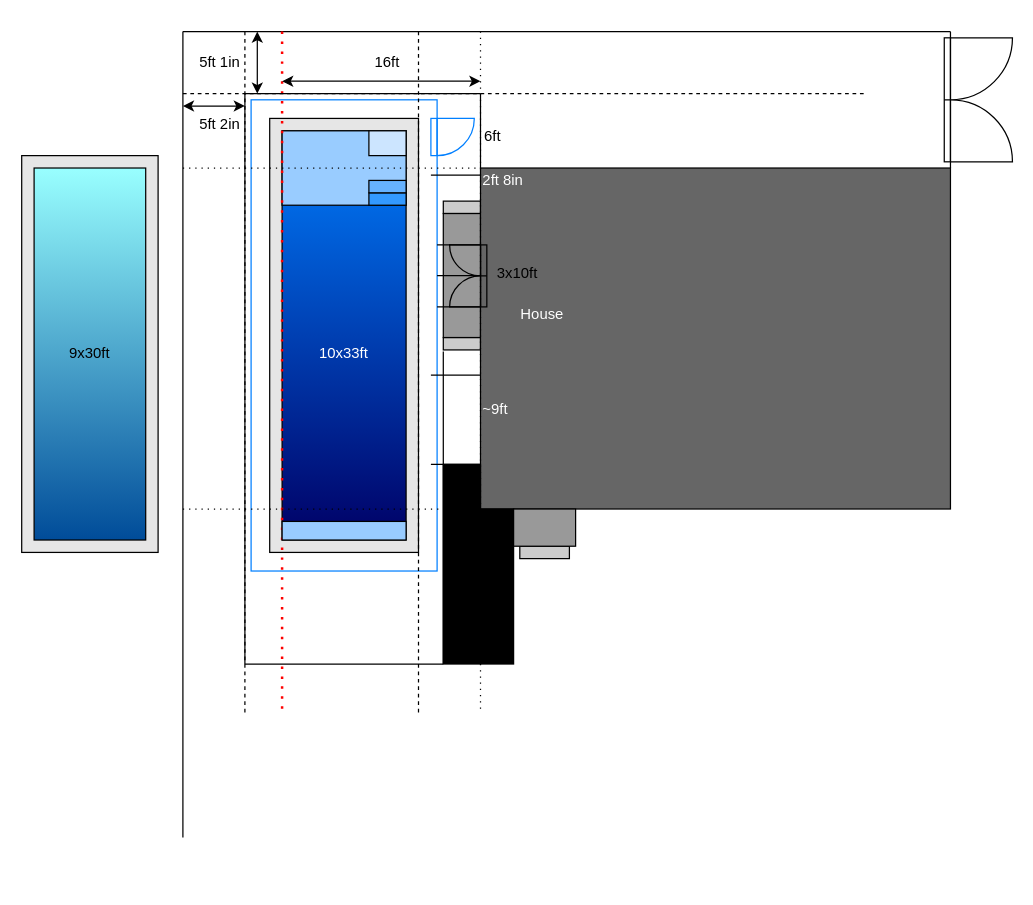
Above: PoolPlan.drawio in hikumealan/draw-io-diagrams (draw.io), before the change. Source tidied: cells renumbered, new cells numbered last; positions are measured from the earlier drawing's top-left corner, leaving out a move shared by most shapes. Both pictures are drawn from the tidied source at 124%, with x=0, y=0 at pixel (21, 31).
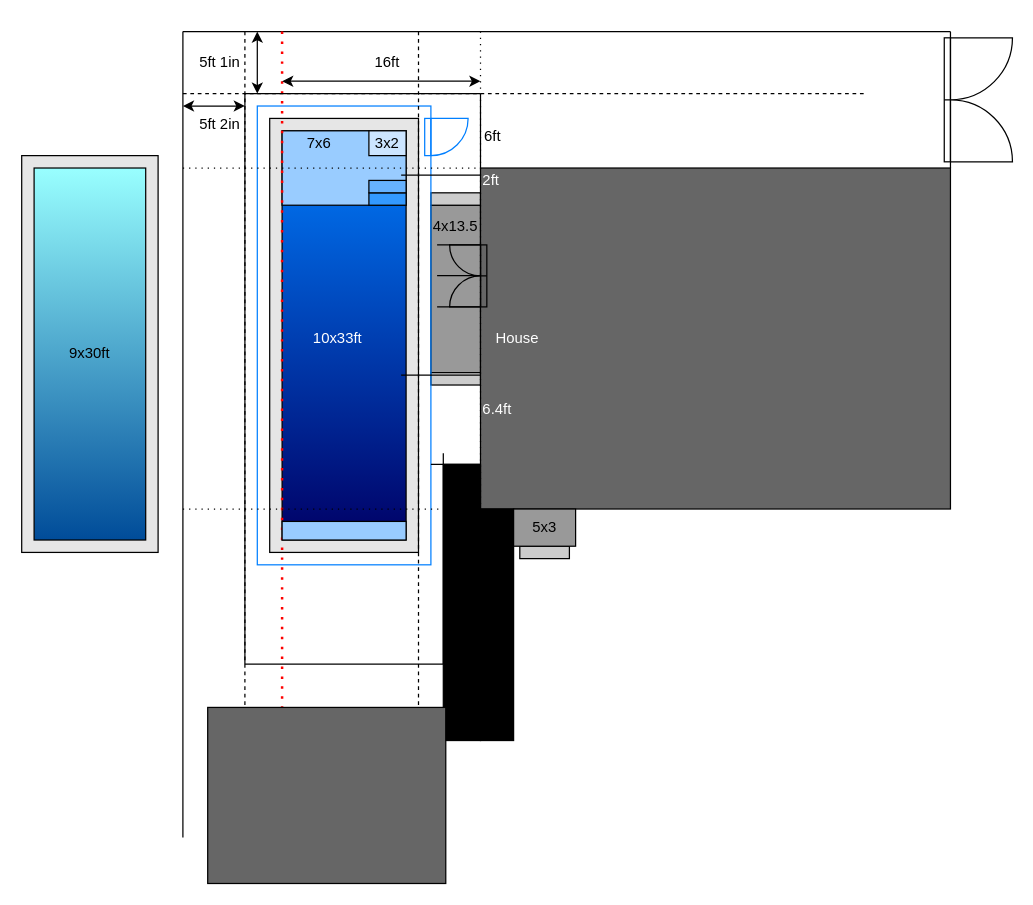
Above is the later version.

What changed in the source:
```diff
@@
+    <mxCell id="4" style="rounded=0;whiteSpace=wrap;html=1;fillColor=#999999;gradientColor=none;" parent="1" vertex="1">
+      <mxGeometry x="330" y="140" width="40" height="135" as="geometry" />
+    </mxCell>
     <mxCell id="2" style="rounded=0;whiteSpace=wrap;html=1;fillColor=#CCCCCC;gradientColor=none;" parent="1" vertex="1">
-      <mxGeometry x="340" y="246.7" width="30" height="10" as="geometry" />
+      <mxGeometry x="330" y="275" width="40" height="10" as="geometry" />
     </mxCell>
     <mxCell id="3" style="rounded=0;whiteSpace=wrap;html=1;fillColor=#CCCCCC;gradientColor=none;" parent="1" vertex="1">
-      <mxGeometry x="340" y="136.7" width="30" height="10" as="geometry" />
+      <mxGeometry x="330" y="130" width="40" height="10" as="geometry" />
     </mxCell>
-    <mxCell id="4" style="rounded=0;whiteSpace=wrap;html=1;fillColor=#999999;gradientColor=none;" parent="1" vertex="1">
-      <mxGeometry x="340" y="146.7" width="30" height="100" as="geometry" />
-    </mxCell>
     <mxCell id="5" style="rounded=0;whiteSpace=wrap;html=1;fontColor=#FFFFFF;fillColor=none;gradientColor=none;strokeColor=#007FFF;" parent="1" vertex="1">
-      <mxGeometry x="185" y="55" width="150" height="380" as="geometry" />
+      <mxGeometry x="190" y="60" width="140" height="370" as="geometry" />
     </mxCell>
@@
-    <mxCell id="22" value="2ft 8in" style="text;html=1;strokeColor=none;fillColor=none;align=left;verticalAlign=middle;whiteSpace=wrap;rounded=0;fontColor=#FFFFFF;" parent="1" vertex="1">
+    <mxCell id="22" value="2ft" style="text;html=1;strokeColor=none;fillColor=none;align=left;verticalAlign=middle;whiteSpace=wrap;rounded=0;fontColor=#FFFFFF;" parent="1" vertex="1">
       <mxGeometry x="370" y="105" width="60" height="30" as="geometry" />
     </mxCell>
@@
-    <mxCell id="24" value="3x10ft" style="text;html=1;strokeColor=none;fillColor=none;align=center;verticalAlign=middle;whiteSpace=wrap;rounded=0;" parent="1" vertex="1">
-      <mxGeometry x="370" y="180" width="60" height="30" as="geometry" />
+    <mxCell id="24" value="4x13.5" style="text;html=1;strokeColor=none;fillColor=none;align=center;verticalAlign=middle;whiteSpace=wrap;rounded=0;" parent="1" vertex="1">
+      <mxGeometry x="320" y="142" width="60" height="30" as="geometry" />
     </mxCell>
@@
-    <mxCell id="27" value="~9ft" style="text;html=1;strokeColor=none;fillColor=none;align=left;verticalAlign=middle;whiteSpace=wrap;rounded=0;fontColor=#FFFFFF;" parent="1" vertex="1">
+    <mxCell id="27" value="6.4ft" style="text;html=1;strokeColor=none;fillColor=none;align=left;verticalAlign=middle;whiteSpace=wrap;rounded=0;fontColor=#FFFFFF;" parent="1" vertex="1">
       <mxGeometry x="370" y="290" width="60" height="30" as="geometry" />
     </mxCell>
@@
     <mxCell id="29" style="endArrow=none;html=1;rounded=0;" parent="1" edge="1">
       <mxGeometry relative="1" as="geometry">
-        <mxPoint x="340" y="258" as="sourcePoint" />
+        <mxPoint x="340" y="340" as="sourcePoint" />
         <mxPoint x="340" y="510" as="targetPoint" />
       </mxGeometry>
     </mxCell>
@@
     <mxCell id="33" value="10x33ft" style="text;html=1;strokeColor=none;fillColor=none;align=center;verticalAlign=middle;whiteSpace=wrap;rounded=0;fontColor=#FFFFFF;" parent="1" vertex="1">
-      <mxGeometry x="230" y="245" width="60" height="30" as="geometry" />
+      <mxGeometry x="225" y="232.5" width="60" height="30" as="geometry" />
     </mxCell>
@@
     <mxCell id="37" style="verticalLabelPosition=bottom;html=1;verticalAlign=top;align=center;shape=mxgraph.floorplan.doorRight;fillColor=none;gradientColor=none;direction=north;strokeColor=#007FFF;" parent="1" vertex="1">
-      <mxGeometry x="330" y="70" width="31.9" height="30" as="geometry" />
+      <mxGeometry x="325" y="70" width="31.9" height="30" as="geometry" />
     </mxCell>
@@
     <mxCell id="39" value="House" style="text;html=1;strokeColor=none;fillColor=none;align=center;verticalAlign=middle;whiteSpace=wrap;rounded=0;fontColor=#FFFFFF;" parent="1" vertex="1">
-      <mxGeometry x="390" y="212.5" width="60" height="30" as="geometry" />
+      <mxGeometry x="370" y="232.5" width="60" height="30" as="geometry" />
     </mxCell>
@@
     <mxCell id="51" style="endArrow=none;html=1;rounded=0;fontColor=#FFFFFF;" parent="1" edge="1">
       <mxGeometry relative="1" as="geometry">
-        <mxPoint x="330" y="277" as="sourcePoint" />
+        <mxPoint x="306" y="277" as="sourcePoint" />
         <mxPoint x="370" y="277" as="targetPoint" />
       </mxGeometry>
     </mxCell>
     <mxCell id="52" style="endArrow=none;html=1;rounded=0;fontColor=#FFFFFF;" parent="1" edge="1">
       <mxGeometry relative="1" as="geometry">
-        <mxPoint x="330" y="115.8" as="sourcePoint" />
+        <mxPoint x="306" y="115.8" as="sourcePoint" />
         <mxPoint x="370" y="115.8" as="targetPoint" />
       </mxGeometry>
     </mxCell>
     <mxCell id="53" style="rounded=0;whiteSpace=wrap;html=1;fontColor=#FFFFFF;strokeColor=#000000;fillColor=#000000;gradientColor=none;" parent="1" vertex="1">
-      <mxGeometry x="340" y="349" width="30" height="161" as="geometry" />
+      <mxGeometry x="340" y="349" width="30" height="222.7" as="geometry" />
     </mxCell>
     <mxCell id="54" style="rounded=0;whiteSpace=wrap;html=1;fontColor=#FFFFFF;strokeColor=#000000;fillColor=#000000;gradientColor=none;" parent="1" vertex="1">
-      <mxGeometry x="370" y="385" width="26.7" height="125" as="geometry" />
+      <mxGeometry x="370" y="385" width="26.7" height="186.7" as="geometry" />
     </mxCell>
@@
+    <mxCell id="57" value="7x6" style="text;html=1;strokeColor=none;fillColor=none;align=center;verticalAlign=middle;whiteSpace=wrap;rounded=0;" parent="1" vertex="1">
+      <mxGeometry x="210" y="75" width="60" height="30" as="geometry" />
+    </mxCell>
+    <mxCell id="58" value="3x2" style="text;html=1;strokeColor=none;fillColor=none;align=center;verticalAlign=middle;whiteSpace=wrap;rounded=0;" parent="1" vertex="1">
+      <mxGeometry x="265" y="75" width="60" height="30" as="geometry" />
+    </mxCell>
+    <mxCell id="59" value="5x3" style="text;html=1;strokeColor=none;fillColor=none;align=center;verticalAlign=middle;whiteSpace=wrap;rounded=0;" parent="1" vertex="1">
+      <mxGeometry x="391.7" y="385" width="60" height="30" as="geometry" />
+    </mxCell>
+    <mxCell id="60" style="rounded=0;whiteSpace=wrap;html=1;fillColor=#666666;gradientColor=none;" parent="1" vertex="1">
+      <mxGeometry x="150" y="545" width="192" height="142" as="geometry" />
+    </mxCell>
```
